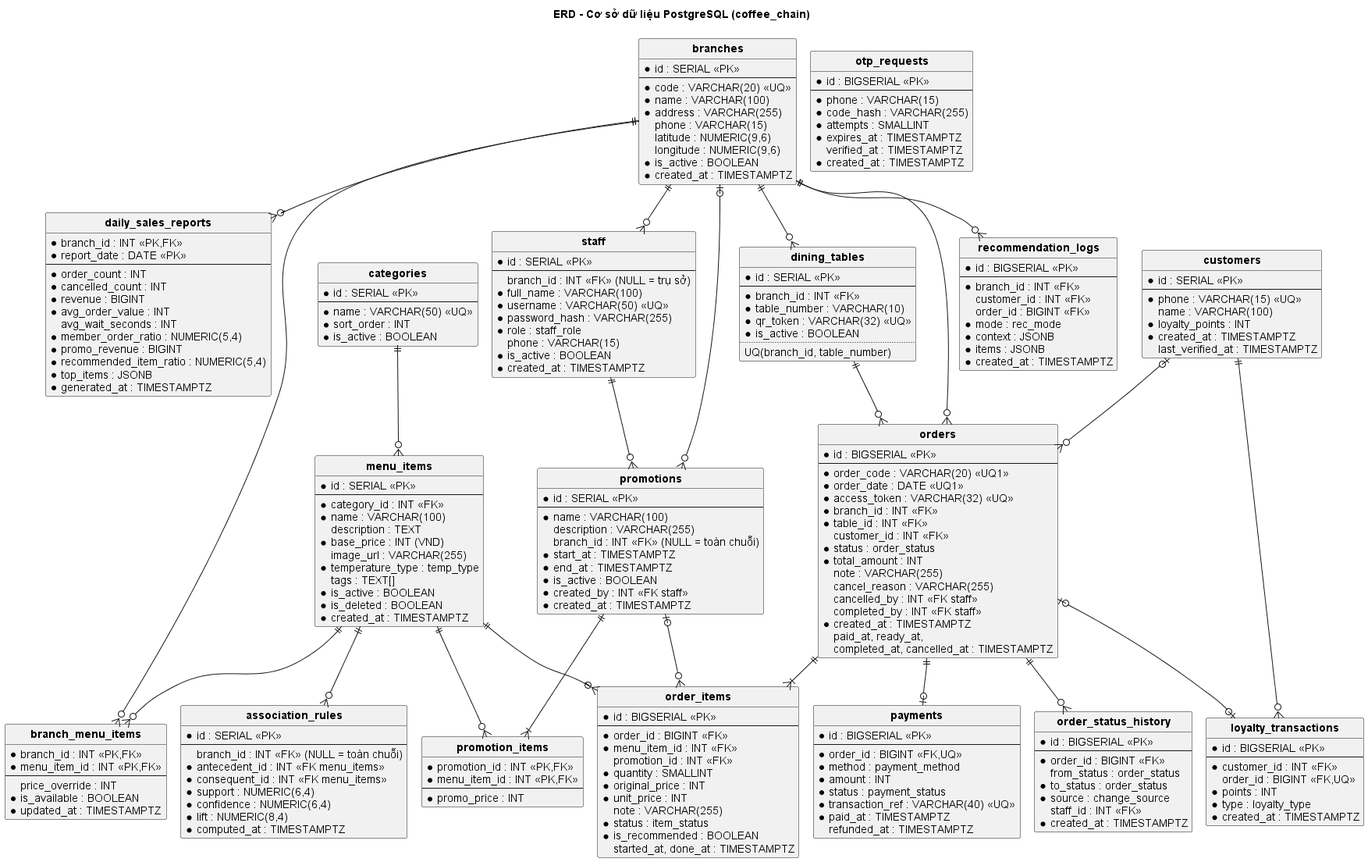
Above: 1.Bao_cao/Thiet_ke_he_thong/diagrams/png/IV_erd.png in thanhbinh0493/smartcafe (PlantUML), before the change.
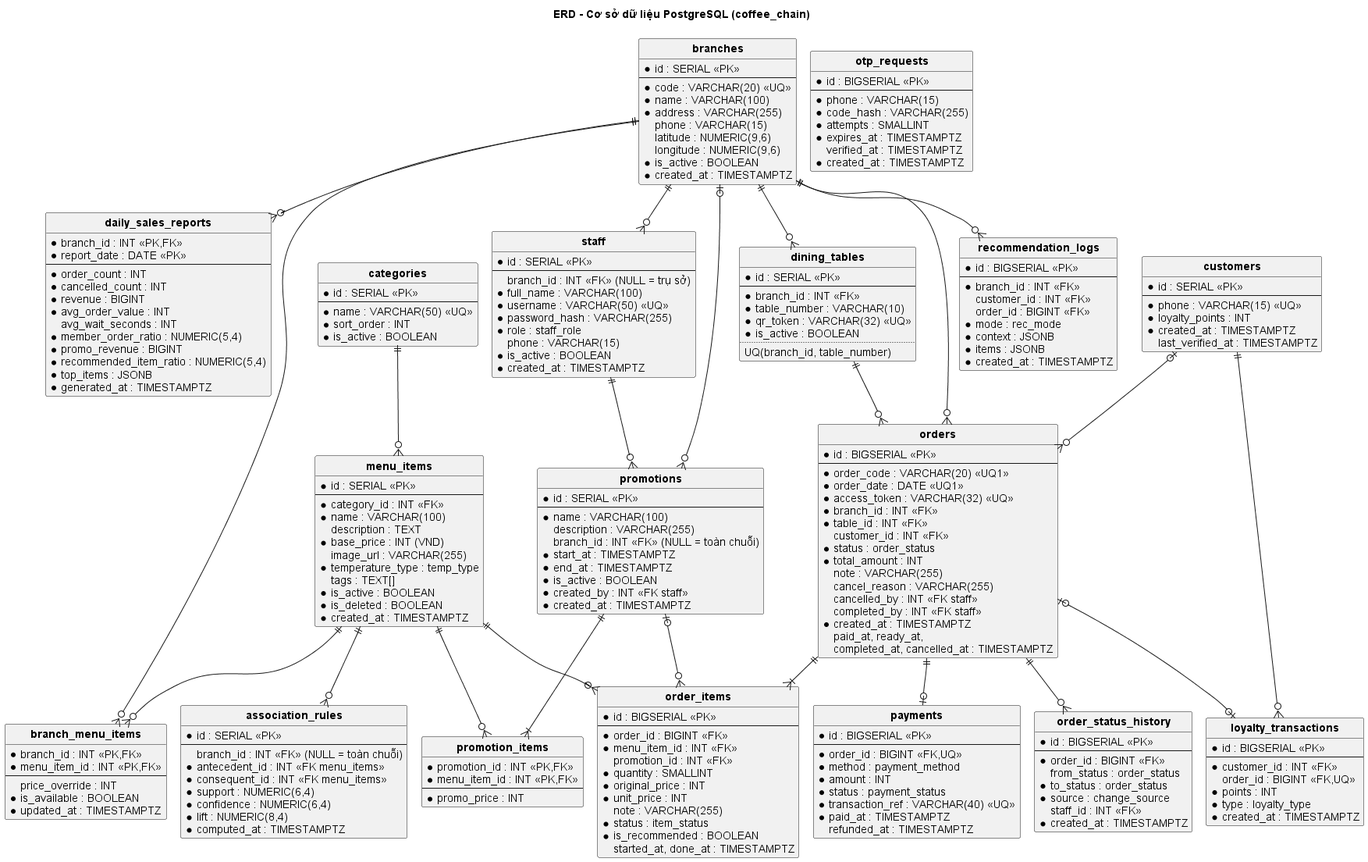
Later version of the same file.

What changed in the source:
```diff
@@ -100,7 +100,6 @@
   * id : SERIAL <<PK>>
   --
   * phone : VARCHAR(15) <<UQ>>
-  name : VARCHAR(100)
   * loyalty_points : INT
   * created_at : TIMESTAMPTZ
   last_verified_at : TIMESTAMPTZ
```
